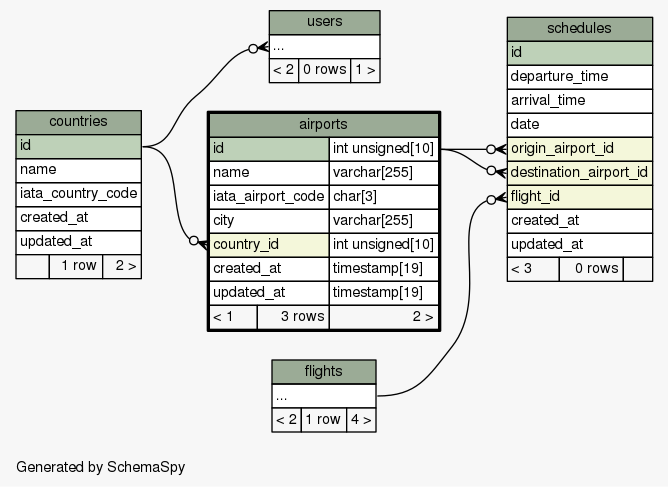
This is web/app/database/schema/diagrams/airports.2degrees.png from joaonzangoII/flightbookingsystem, a Graphviz export, as it was before one commit. Its source is kept beside it as web/app/database/schema/diagrams/airports.2degrees.dot.
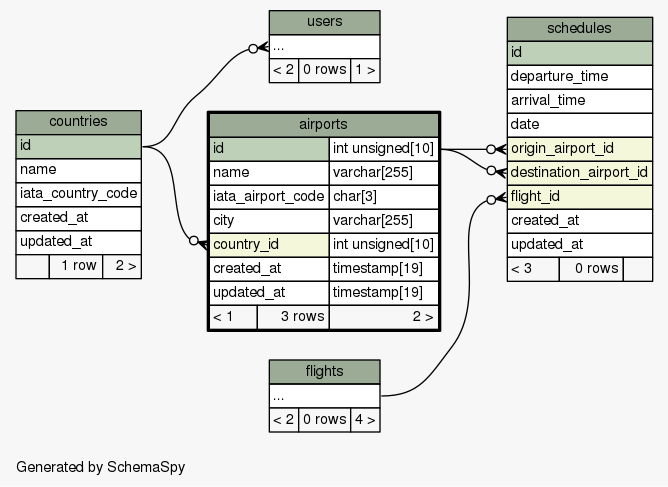
After the commit.

Change to the diagram source:
```diff
@@ -57,7 +57,7 @@
     <TABLE BORDER="0" CELLBORDER="1" CELLSPACING="0" BGCOLOR="#ffffff">
       <TR><TD COLSPAN="3" BGCOLOR="#9bab96" ALIGN="CENTER">flights</TD></TR>
       <TR><TD PORT="elipses" COLSPAN="3" ALIGN="LEFT">...</TD></TR>
-      <TR><TD ALIGN="LEFT" BGCOLOR="#f7f7f7">&lt; 2</TD><TD ALIGN="RIGHT" BGCOLOR="#f7f7f7">1 row</TD><TD ALIGN="RIGHT" BGCOLOR="#f7f7f7">4 &gt;</TD></TR>
+      <TR><TD ALIGN="LEFT" BGCOLOR="#f7f7f7">&lt; 2</TD><TD ALIGN="RIGHT" BGCOLOR="#f7f7f7">0 rows</TD><TD ALIGN="RIGHT" BGCOLOR="#f7f7f7">4 &gt;</TD></TR>
     </TABLE>>
     URL="flights.html"
     tooltip="flights"
```
